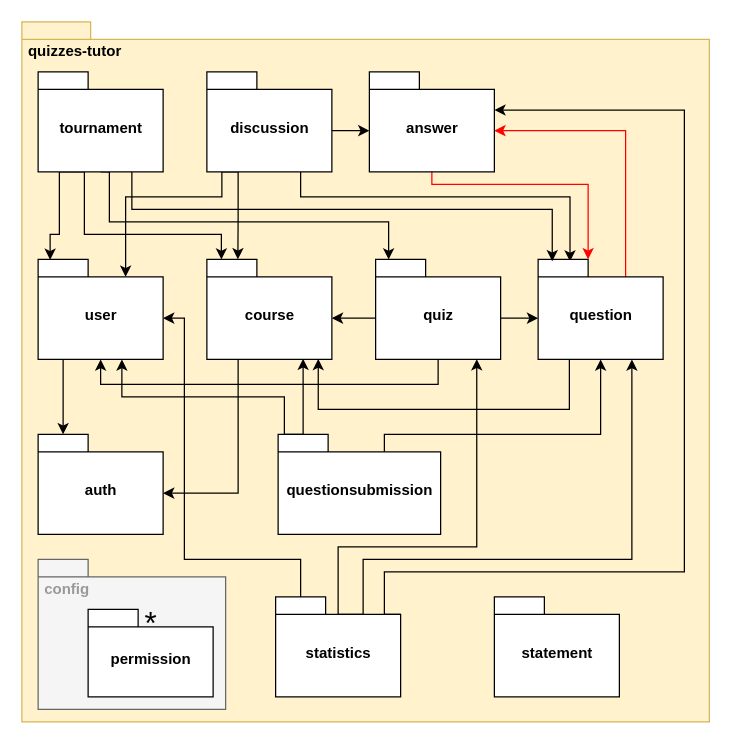
The draw.io diagram documentation/draw.io projects/Uses View Primary Presentation.drawio in dmmnjaws/ASoft-2020-2021-quizzes-tutor-arquitecture-documentation, before the edit. Source tidied: cells renumbered, new cells numbered last; positions are measured from the earlier drawing's top-left corner, leaving out a move shared by most shapes. Both pictures are drawn from the tidied source at 125%, with x=0, y=0 at pixel (21, 21).
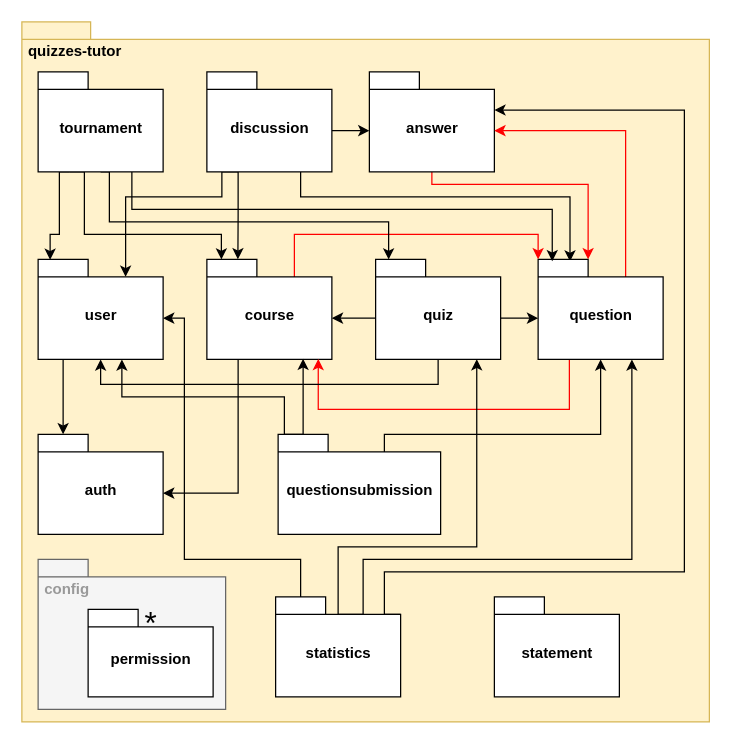
The same page after the edit.

Commit message (it also covers changes not shown here):
added sections to refactoring proposal, updated uses view, fixed stuff

The change refers to these unchanged cells:
```xml
<mxCell id="7" value="course" style="shape=folder;fontStyle=1;spacingTop=10;tabWidth=40;tabHeight=14;tabPosition=left;html=1;align=center;" parent="1" vertex="1">
  <mxGeometry x="148" y="190" width="100" height="80" as="geometry" />
</mxCell>
<mxCell id="15" value="question" style="shape=folder;fontStyle=1;spacingTop=10;tabWidth=40;tabHeight=14;tabPosition=left;html=1;align=center;" parent="1" vertex="1">
  <mxGeometry x="413" y="190" width="100" height="80" as="geometry" />
</mxCell>
```

The edit, as a diff of the source:
```diff
@@
+    <mxCell id="40" style="edgeStyle=orthogonalEdgeStyle;rounded=0;jettySize=auto;html=1;exitX=0;exitY=0;exitDx=70;exitDy=14;exitPerimeter=0;entryX=0;entryY=0;entryDx=0;entryDy=0;entryPerimeter=0;strokeColor=#FF0000;" parent="1" edge="1" source="7" target="15">
+      <mxGeometry relative="1" as="geometry">
+        <Array as="points">
+          <mxPoint x="218" y="170" />
+          <mxPoint x="413" y="170" />
+        </Array>
+      </mxGeometry>
+    </mxCell>
@@
-    <mxCell id="14" style="edgeStyle=orthogonalEdgeStyle;rounded=0;jettySize=auto;html=1;exitX=0.25;exitY=1;exitDx=0;exitDy=0;exitPerimeter=0;entryX=0.891;entryY=0.995;entryDx=0;entryDy=0;entryPerimeter=0;fontColor=#999999;" parent="1" edge="1" source="15" target="7">
+    <mxCell id="14" style="edgeStyle=orthogonalEdgeStyle;rounded=0;jettySize=auto;html=1;exitX=0.25;exitY=1;exitDx=0;exitDy=0;exitPerimeter=0;entryX=0.891;entryY=0.995;entryDx=0;entryDy=0;entryPerimeter=0;fontColor=#999999;strokeColor=#FF0000;" parent="1" edge="1" source="15" target="7">
       <mxGeometry relative="1" as="geometry">
         <Array as="points">
           <mxPoint x="438" y="310" />
           <mxPoint x="237" y="310" />
         </Array>
       </mxGeometry>
     </mxCell>
```
